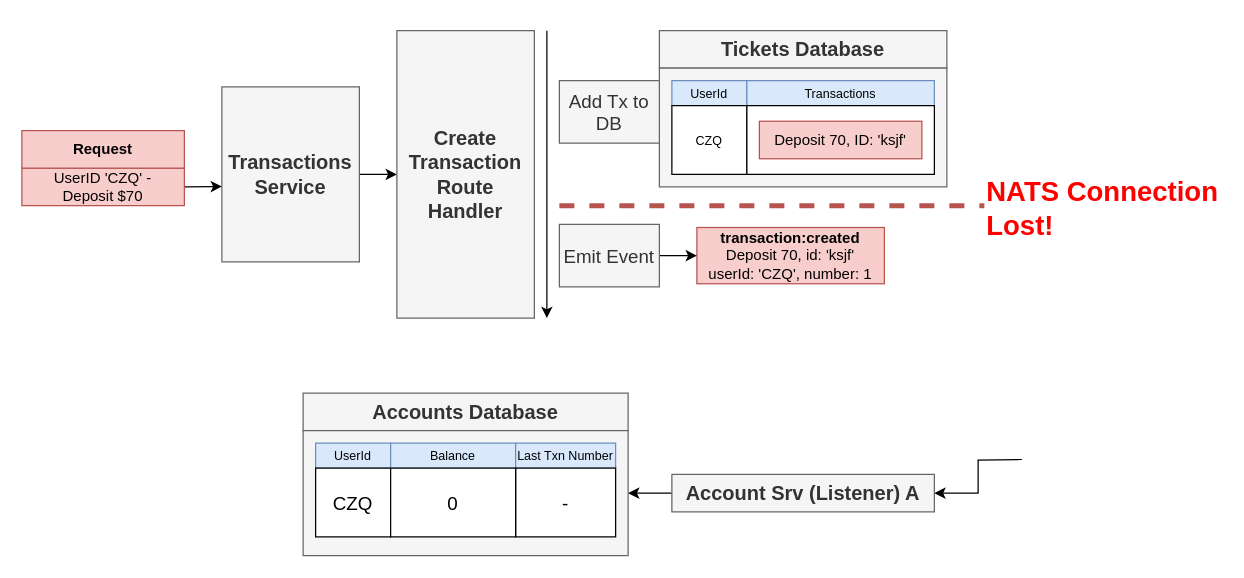
This is page "05 - nats" (9 of 20) of diagrams/05/14.drawio from HappySuzuki/microservices-cast, a draw.io file, before an edit. Source tidied: cells renumbered, new cells numbered last; positions are measured from the earlier drawing's top-left corner, leaving out a move shared by most shapes. Both pictures are drawn from the tidied source at 125%, with x=0, y=0 at pixel (21, 30).
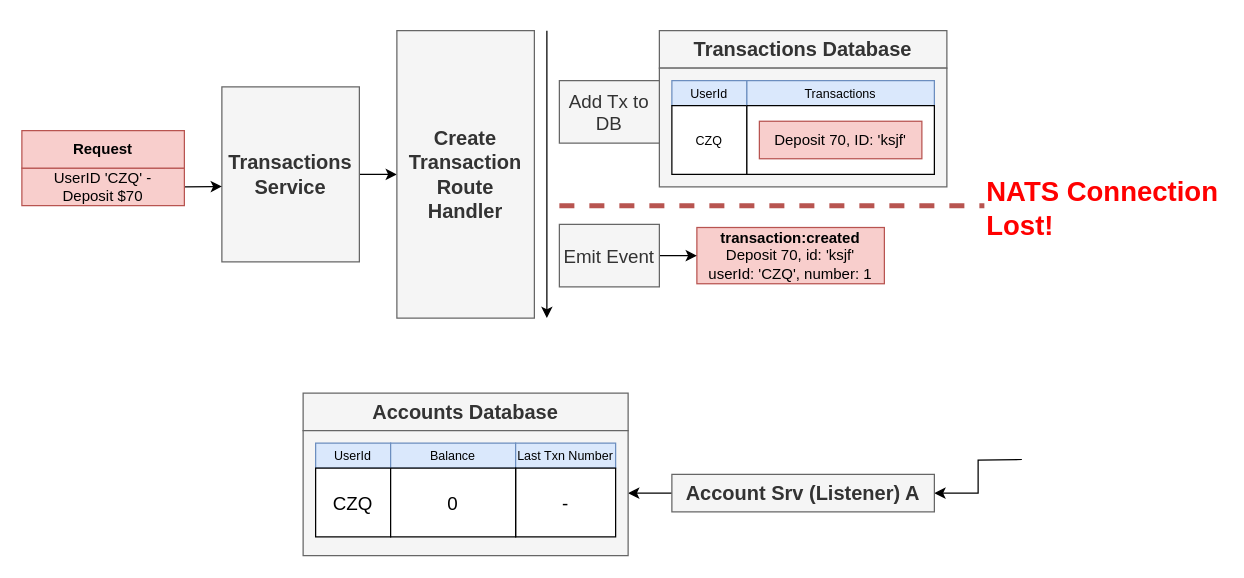
The same page after the edit.

The edit, as a diff of the source:
```diff
@@
-    <mxCell id="2" value="Tickets Database" style="rounded=0;whiteSpace=wrap;html=1;fillColor=#f5f5f5;strokeColor=#666666;fontColor=#333333;fontStyle=1;fontSize=16;" parent="1" vertex="1">
+    <mxCell id="2" value="Transactions Database" style="rounded=0;whiteSpace=wrap;html=1;fillColor=#f5f5f5;strokeColor=#666666;fontColor=#333333;fontStyle=1;fontSize=16;" parent="1" vertex="1">
       <mxGeometry x="510" width="230" height="30" as="geometry" />
     </mxCell>
```
